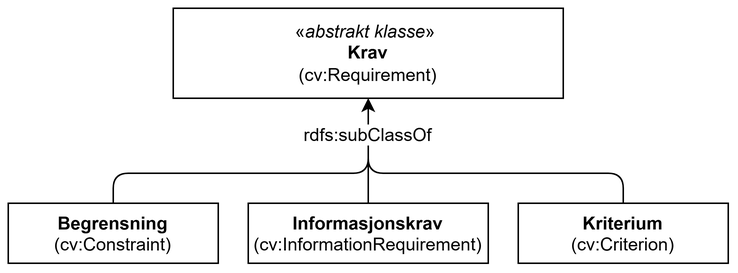
Earlier version of the draw.io export docs/images/KlassenKrav-AbstraktKlasse.png (Informasjonsforvaltning/cccev-ap-no). Source tidied: cells renumbered, new cells last; positions are measured from the earlier drawing's top-left corner, leaving out a move shared by most shapes. Source of this version:
```xml
<mxGraphModel>
  <root>
    <mxCell id="0" />
    <mxCell id="1" parent="0" />
    <mxCell id="2" value="&lt;b&gt;Begrensning&lt;/b&gt;&lt;br style=&quot;border-color: rgb(218, 218, 218);&quot;&gt;(cv:Constraint)" style="rounded=0;whiteSpace=wrap;html=1;verticalAlign=top;fontFamily=Helvetica;fontSize=12;fillColor=none;" parent="1" vertex="1">
      <mxGeometry y="130" width="140" height="40" as="geometry" />
    </mxCell>
    <mxCell id="3" value="&lt;b style=&quot;border-color: rgb(218, 218, 218);&quot;&gt;Informasjonskrav&lt;/b&gt;&lt;br style=&quot;border-color: rgb(218, 218, 218);&quot;&gt;(cv:InformationRequirement)" style="rounded=0;whiteSpace=wrap;html=1;verticalAlign=top;fontFamily=Helvetica;fontSize=12;fillColor=none;" parent="1" vertex="1">
      <mxGeometry x="160" y="130" width="160" height="40" as="geometry" />
    </mxCell>
    <mxCell id="4" value="&lt;b style=&quot;border-color: rgb(218, 218, 218);&quot;&gt;Kriterium&lt;/b&gt;&lt;br style=&quot;border-color: rgb(218, 218, 218);&quot;&gt;(cv:Criterion)" style="rounded=0;whiteSpace=wrap;html=1;verticalAlign=top;fontFamily=Helvetica;fontSize=12;fillColor=none;" parent="1" vertex="1">
      <mxGeometry x="340" y="130" width="140" height="40" as="geometry" />
    </mxCell>
    <mxCell id="5" style="endArrow=classic;html=1;rounded=0;exitX=0.5;exitY=0;exitDx=0;exitDy=0;entryX=0.5;entryY=1;entryDx=0;entryDy=0;" parent="1" edge="1" source="3" target="9">
      <mxGeometry relative="1" as="geometry" />
    </mxCell>
    <mxCell id="6" style="endArrow=classic;html=1;rounded=1;exitX=0.5;exitY=0;exitDx=0;exitDy=0;curved=0;entryX=0.5;entryY=1;entryDx=0;entryDy=0;" parent="1" edge="1" source="2" target="9">
      <mxGeometry relative="1" as="geometry">
        <Array as="points">
          <mxPoint x="70" y="110" />
          <mxPoint x="240" y="110" />
        </Array>
      </mxGeometry>
    </mxCell>
    <mxCell id="7" style="endArrow=classic;html=1;rounded=1;exitX=0.5;exitY=0;exitDx=0;exitDy=0;curved=0;entryX=0.5;entryY=1;entryDx=0;entryDy=0;" parent="1" edge="1" source="4" target="9">
      <mxGeometry relative="1" as="geometry">
        <Array as="points">
          <mxPoint x="410" y="110" />
          <mxPoint x="240" y="110" />
        </Array>
      </mxGeometry>
    </mxCell>
    <mxCell id="8" value="&lt;span style=&quot;background-color: rgb(255, 255, 255);&quot;&gt;rdfs:subClassOf&lt;/span&gt;" style="text;html=1;strokeColor=none;fillColor=none;align=center;verticalAlign=middle;whiteSpace=wrap;rounded=0;" parent="1" vertex="1">
      <mxGeometry x="210" y="70" width="60" height="30" as="geometry" />
    </mxCell>
    <mxCell id="9" value="«&lt;i&gt;abstrakt klasse&lt;/i&gt;»&amp;nbsp;&lt;br&gt;&lt;b&gt;Krav&lt;/b&gt;&lt;br&gt;(cv:Requirement)" style="rounded=0;whiteSpace=wrap;html=1;fillColor=none;" parent="1" vertex="1">
      <mxGeometry x="110" width="260" height="60" as="geometry" />
    </mxCell>
  </root>
</mxGraphModel>
```
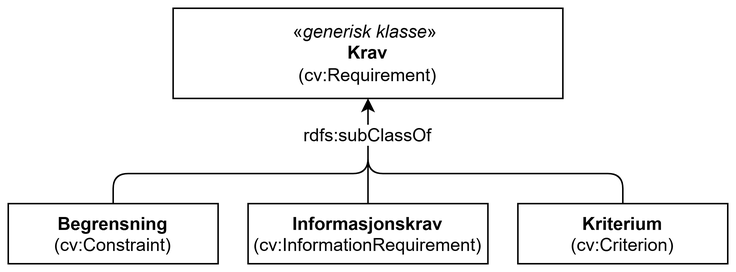
After the change.

Commit message:
Oppdaterer tegning for klassenKrav

Change to the diagram source:
```diff
@@ -33,7 +33,7 @@
     <mxCell id="8" value="&lt;span style=&quot;background-color: rgb(255, 255, 255);&quot;&gt;rdfs:subClassOf&lt;/span&gt;" style="text;html=1;strokeColor=none;fillColor=none;align=center;verticalAlign=middle;whiteSpace=wrap;rounded=0;" parent="1" vertex="1">
       <mxGeometry x="210" y="70" width="60" height="30" as="geometry" />
     </mxCell>
-    <mxCell id="9" value="«&lt;i&gt;abstrakt klasse&lt;/i&gt;»&amp;nbsp;&lt;br&gt;&lt;b&gt;Krav&lt;/b&gt;&lt;br&gt;(cv:Requirement)" style="rounded=0;whiteSpace=wrap;html=1;fillColor=none;" parent="1" vertex="1">
+    <mxCell id="9" value="«&lt;i&gt;generisk klasse&lt;/i&gt;»&amp;nbsp;&lt;br&gt;&lt;b&gt;Krav&lt;/b&gt;&lt;br&gt;(cv:Requirement)" style="rounded=0;whiteSpace=wrap;html=1;fillColor=none;" parent="1" vertex="1">
       <mxGeometry x="110" width="260" height="60" as="geometry" />
     </mxCell>
   </root>
```
